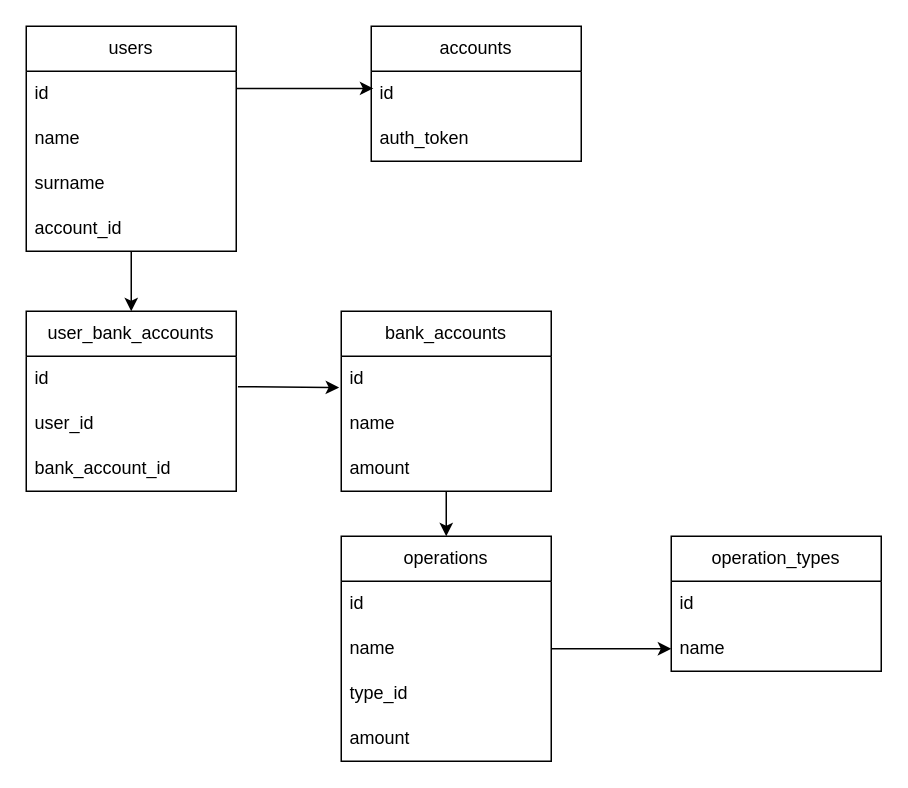
Earlier version of the draw.io diagram uml.drawio (Malakian96/gestapp-api). Source tidied: cells renumbered, new cells numbered last; positions are measured from the earlier drawing's top-left corner, leaving out a move shared by most shapes. Both pictures are drawn from the tidied source at 150%, with x=0, y=0 at pixel (26, 26).
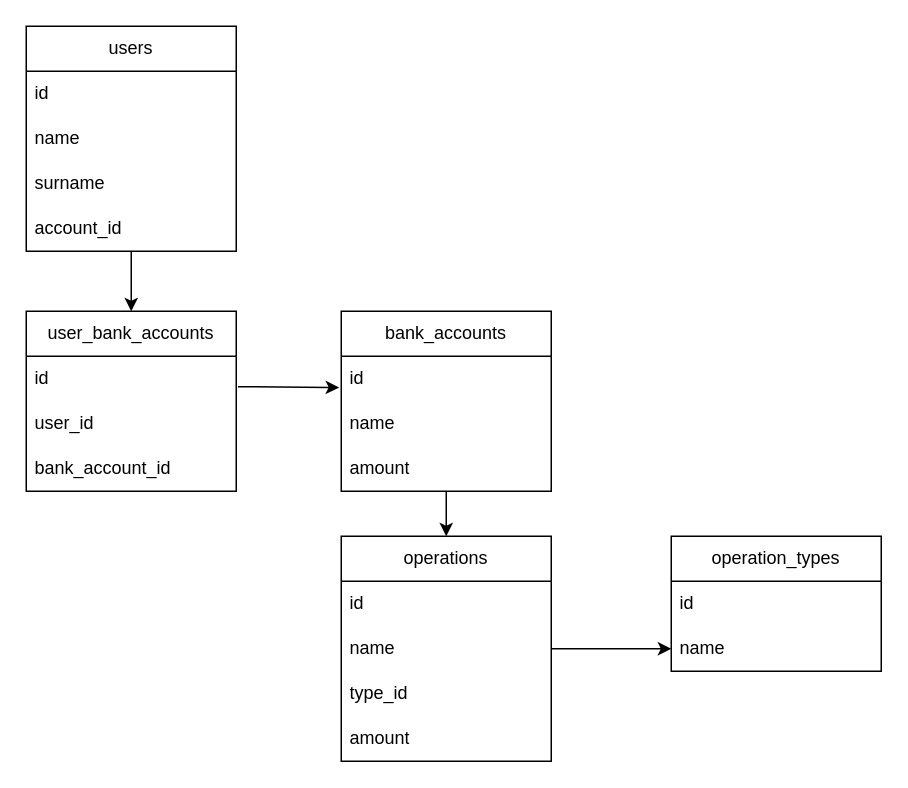
The same page after the edit.

Unchanged cells that the change refers to:
```xml
<mxCell id="4" value="id" style="text;strokeColor=none;fillColor=none;align=left;verticalAlign=middle;spacingLeft=4;spacingRight=4;overflow=hidden;points=[[0,0.5],[1,0.5]];portConstraint=eastwest;whiteSpace=wrap;html=1;" parent="3" vertex="1">
  <mxGeometry y="30" width="140" height="30" as="geometry" />
</mxCell>
```

Diff of the diagram source:
```diff
@@
-    <mxCell id="8" value="accounts" style="swimlane;fontStyle=0;horizontal=1;startSize=30;whiteSpace=wrap;html=1;" parent="1" vertex="1">
-      <mxGeometry x="230" width="140" height="90" as="geometry" />
-    </mxCell>
-    <mxCell id="9" value="id" style="text;strokeColor=none;fillColor=none;align=left;verticalAlign=middle;spacingLeft=4;spacingRight=4;overflow=hidden;points=[[0,0.5],[1,0.5]];portConstraint=eastwest;whiteSpace=wrap;html=1;" parent="8" vertex="1">
-      <mxGeometry y="30" width="140" height="30" as="geometry" />
-    </mxCell>
-    <mxCell id="10" value="auth_token" style="text;strokeColor=none;fillColor=none;align=left;verticalAlign=middle;spacingLeft=4;spacingRight=4;overflow=hidden;whiteSpace=wrap;html=1;" parent="8" vertex="1">
-      <mxGeometry y="60" width="140" height="30" as="geometry" />
-    </mxCell>
@@
-    <mxCell id="20" style="edgeStyle=none;rounded=0;html=1;exitX=1;exitY=0.381;exitDx=0;exitDy=0;entryX=0.01;entryY=0.381;entryDx=0;entryDy=0;strokeColor=default;startArrow=none;startFill=0;endArrow=classic;endFill=1;exitPerimeter=0;entryPerimeter=0;" parent="1" edge="1" source="4" target="9">
-      <mxGeometry relative="1" as="geometry" />
-    </mxCell>
```
